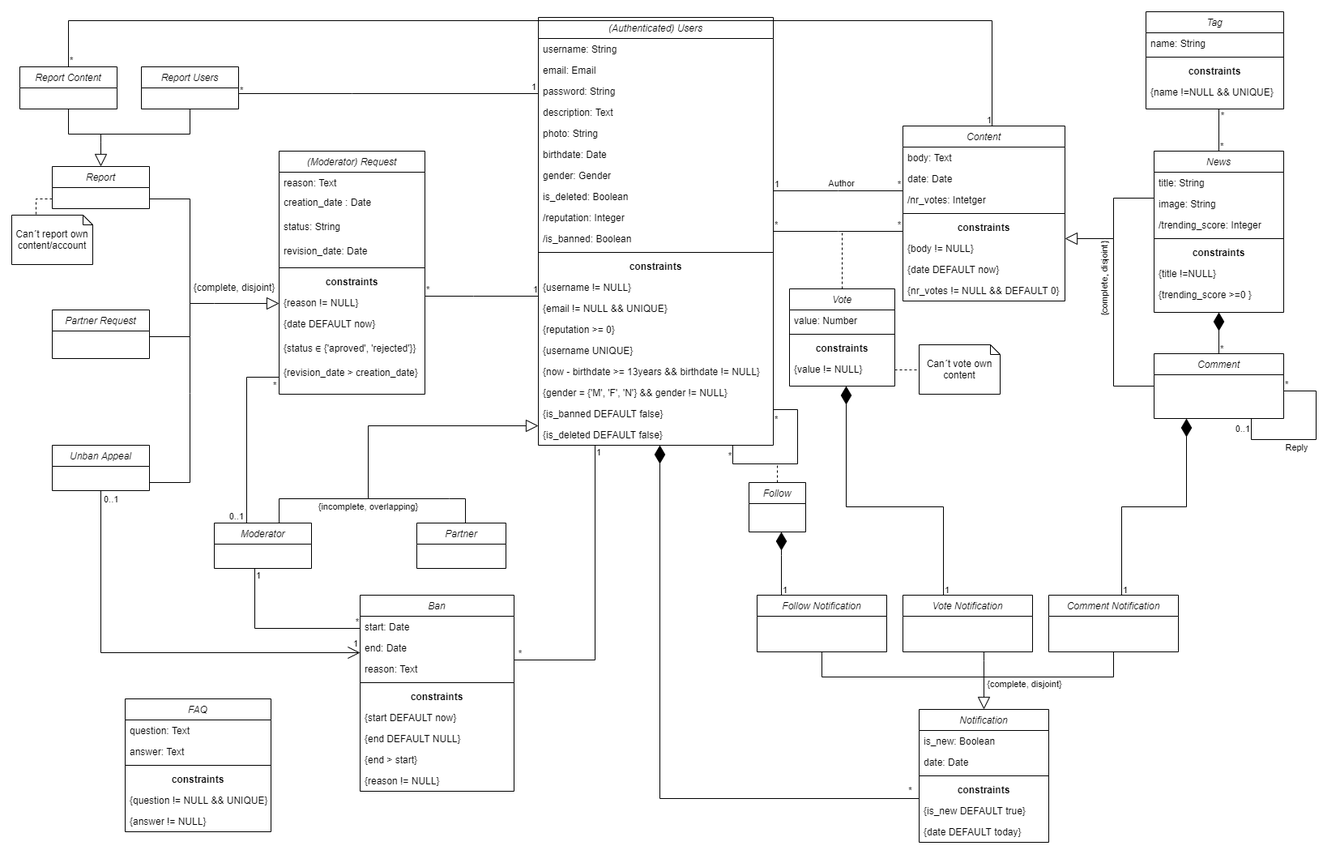
The draw.io diagram img/conceptualmodel.png in biam05/lbaw-feup, before a commit. Source tidied: cells renumbered, new cells last; positions are measured from the earlier drawing's top-left corner, leaving out a move shared by most shapes.
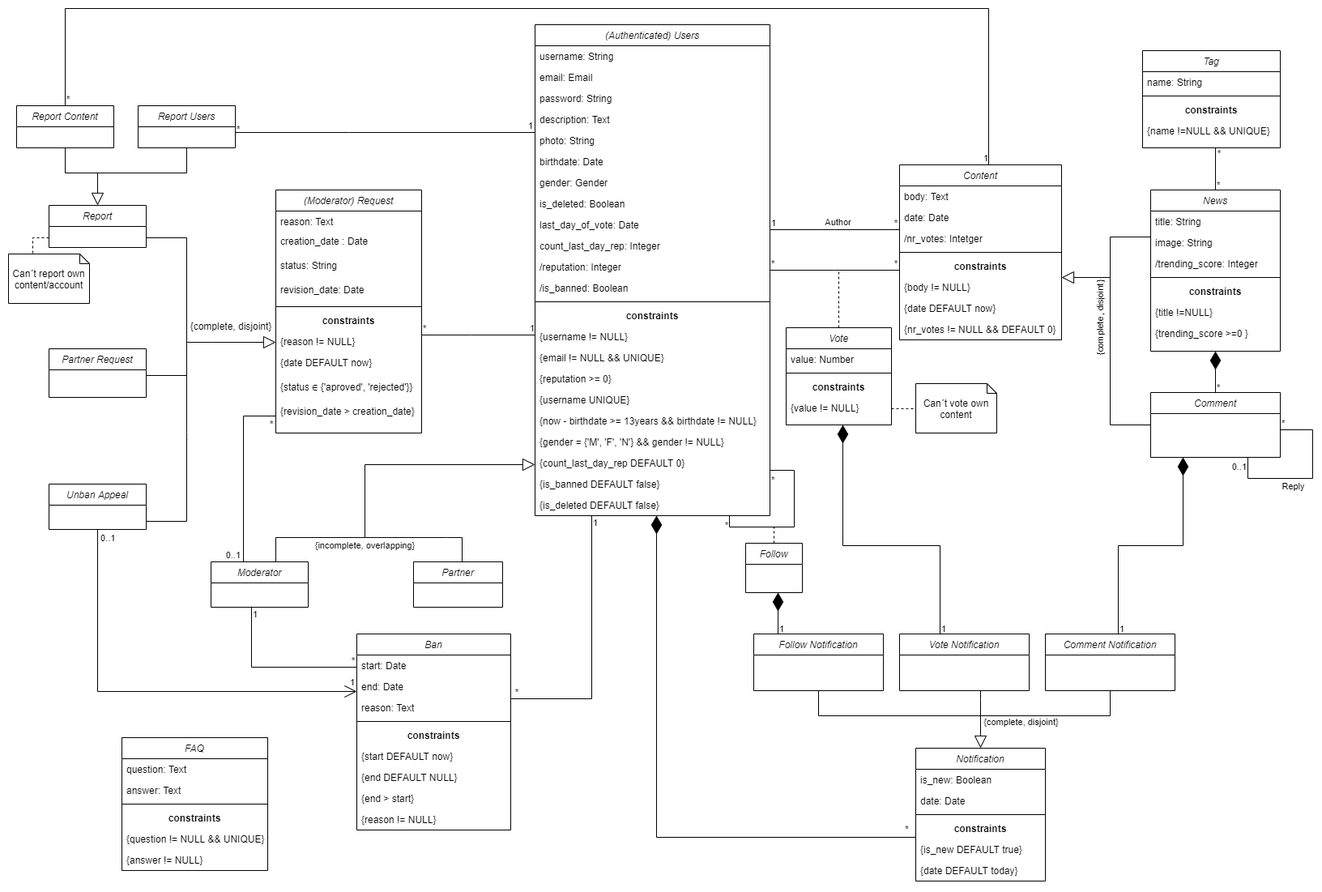
Above is the later version.

Commit message:
updated conceptual model image

What changed in the source:
```diff
@@ -3,7 +3,7 @@
     <mxCell id="0" />
     <mxCell id="1" parent="0" />
     <mxCell id="2" value="(Authenticated) Users" style="swimlane;fontStyle=2;align=center;verticalAlign=top;horizontal=1;startSize=26;rounded=0;shadow=0;strokeWidth=1;" parent="1" vertex="1">
-      <mxGeometry x="650" y="7" width="290" height="528" as="geometry" />
+      <mxGeometry x="650" y="-32" width="290" height="606" as="geometry" />
     </mxCell>
     <mxCell id="3" value="username: String" style="text;align=left;verticalAlign=top;spacingLeft=4;spacingRight=4;overflow=hidden;" parent="2" vertex="1">
       <mxGeometry y="26" width="290" height="26" as="geometry" />
@@ -29,41 +29,50 @@
     <mxCell id="10" value="is_deleted: Boolean" style="text;align=left;verticalAlign=top;spacingLeft=4;spacingRight=4;overflow=hidden;rounded=0;shadow=0;html=0;" parent="2" vertex="1">
       <mxGeometry y="208" width="290" height="26" as="geometry" />
     </mxCell>
+    <mxCell id="167" value="last_day_of_vote: Date" style="text;align=left;verticalAlign=top;spacingLeft=4;spacingRight=4;overflow=hidden;rounded=0;shadow=0;html=0;" parent="2" vertex="1">
+      <mxGeometry y="234" width="290" height="26" as="geometry" />
+    </mxCell>
+    <mxCell id="168" value="count_last_day_rep: Integer" style="text;align=left;verticalAlign=top;spacingLeft=4;spacingRight=4;overflow=hidden;rounded=0;shadow=0;html=0;" parent="2" vertex="1">
+      <mxGeometry y="260" width="290" height="26" as="geometry" />
+    </mxCell>
     <mxCell id="11" value="/reputation: Integer" style="text;align=left;verticalAlign=top;spacingLeft=4;spacingRight=4;overflow=hidden;rounded=0;shadow=0;html=0;" parent="2" vertex="1">
-      <mxGeometry y="234" width="290" height="26" as="geometry" />
+      <mxGeometry y="286" width="290" height="26" as="geometry" />
     </mxCell>
     <mxCell id="12" value="/is_banned: Boolean" style="text;align=left;verticalAlign=top;spacingLeft=4;spacingRight=4;overflow=hidden;rounded=0;shadow=0;html=0;" parent="2" vertex="1">
-      <mxGeometry y="260" width="290" height="26" as="geometry" />
+      <mxGeometry y="312" width="290" height="26" as="geometry" />
     </mxCell>
     <mxCell id="13" style="line;html=1;strokeWidth=1;align=left;verticalAlign=middle;spacingTop=-1;spacingLeft=3;spacingRight=3;labelPosition=right;" parent="2" vertex="1">
-      <mxGeometry y="286" width="290" height="8" as="geometry" />
+      <mxGeometry y="338" width="290" height="8" as="geometry" />
     </mxCell>
     <mxCell id="14" value="constraints" style="text;align=center;verticalAlign=top;spacingLeft=4;spacingRight=4;overflow=hidden;fontStyle=1;" parent="2" vertex="1">
-      <mxGeometry y="294" width="290" height="26" as="geometry" />
+      <mxGeometry y="346" width="290" height="26" as="geometry" />
     </mxCell>
     <mxCell id="15" value="{username != NULL}" style="text;align=left;verticalAlign=top;spacingLeft=4;spacingRight=4;overflow=hidden;fontStyle=0;" parent="2" vertex="1">
-      <mxGeometry y="320" width="290" height="26" as="geometry" />
+      <mxGeometry y="372" width="290" height="26" as="geometry" />
     </mxCell>
     <mxCell id="16" value="{email != NULL &amp;&amp; UNIQUE}" style="text;align=left;verticalAlign=top;spacingLeft=4;spacingRight=4;overflow=hidden;fontStyle=0;" parent="2" vertex="1">
-      <mxGeometry y="346" width="290" height="26" as="geometry" />
+      <mxGeometry y="398" width="290" height="26" as="geometry" />
     </mxCell>
     <mxCell id="17" value="{reputation &gt;= 0}" style="text;align=left;verticalAlign=top;spacingLeft=4;spacingRight=4;overflow=hidden;fontStyle=0;" parent="2" vertex="1">
-      <mxGeometry y="372" width="290" height="26" as="geometry" />
+      <mxGeometry y="424" width="290" height="26" as="geometry" />
     </mxCell>
     <mxCell id="18" value="{username UNIQUE}" style="text;align=left;verticalAlign=top;spacingLeft=4;spacingRight=4;overflow=hidden;fontStyle=0;" parent="2" vertex="1">
-      <mxGeometry y="398" width="290" height="26" as="geometry" />
+      <mxGeometry y="450" width="290" height="26" as="geometry" />
     </mxCell>
     <mxCell id="19" value="{now - birthdate &gt;= 13years &amp;&amp; birthdate != NULL}" style="text;align=left;verticalAlign=top;spacingLeft=4;spacingRight=4;overflow=hidden;fontStyle=0;" parent="2" vertex="1">
-      <mxGeometry y="424" width="290" height="26" as="geometry" />
+      <mxGeometry y="476" width="290" height="26" as="geometry" />
     </mxCell>
     <mxCell id="20" value="{gender = {'M', 'F', 'N'} &amp;&amp; gender != NULL}" style="text;align=left;verticalAlign=top;spacingLeft=4;spacingRight=4;overflow=hidden;fontStyle=0;" parent="2" vertex="1">
-      <mxGeometry y="450" width="290" height="26" as="geometry" />
+      <mxGeometry y="502" width="290" height="26" as="geometry" />
     </mxCell>
-    <mxCell id="21" value="{is_banned DEFAULT false}" style="text;align=left;verticalAlign=top;spacingLeft=4;spacingRight=4;overflow=hidden;fontStyle=0;" parent="2" vertex="1">
-      <mxGeometry y="476" width="290" height="26" as="geometry" />
+    <mxCell id="21" value="{count_last_day_rep DEFAULT 0}" style="text;align=left;verticalAlign=top;spacingLeft=4;spacingRight=4;overflow=hidden;fontStyle=0;" parent="2" vertex="1">
+      <mxGeometry y="528" width="290" height="26" as="geometry" />
     </mxCell>
+    <mxCell id="169" value="{is_banned DEFAULT false}" style="text;align=left;verticalAlign=top;spacingLeft=4;spacingRight=4;overflow=hidden;fontStyle=0;" parent="2" vertex="1">
+      <mxGeometry y="554" width="290" height="26" as="geometry" />
+    </mxCell>
     <mxCell id="22" value="{is_deleted DEFAULT false}" style="text;align=left;verticalAlign=top;spacingLeft=4;spacingRight=4;overflow=hidden;fontStyle=0;" parent="2" vertex="1">
-      <mxGeometry y="502" width="290" height="26" as="geometry" />
+      <mxGeometry y="580" width="290" height="26" as="geometry" />
     </mxCell>
     <mxCell id="23" value="Tag" style="swimlane;fontStyle=2;align=center;verticalAlign=top;horizontal=1;startSize=26;rounded=0;shadow=0;strokeWidth=1;" parent="1" vertex="1">
       <mxGeometry x="1400" width="170" height="120" as="geometry" />
@@ -429,7 +438,8 @@
     <mxCell id="114" style="endArrow=none;html=1;edgeStyle=orthogonalEdgeStyle;labelBackgroundColor=none;strokeColor=#000000;strokeWidth=1;rounded=0;" parent="1" edge="1" source="145" target="72">
       <mxGeometry x="-0.01" y="10" relative="1" as="geometry">
         <Array as="points">
-          <mxPoint x="1210" y="11" />
+          <mxPoint x="70" y="-52" />
+          <mxPoint x="1210" y="-52" />
         </Array>
       </mxGeometry>
     </mxCell>
@@ -711,9 +721,9 @@
     <mxCell id="162" style="endArrow=none;html=1;edgeStyle=orthogonalEdgeStyle;labelBackgroundColor=none;strokeColor=#000000;strokeWidth=1;rounded=0;" parent="1" edge="1" source="2" target="2">
       <mxGeometry x="0.31" y="-10" relative="1" as="geometry">
         <Array as="points">
-          <mxPoint x="970" y="491" />
-          <mxPoint x="970" y="558" />
-          <mxPoint x="890" y="558" />
+          <mxPoint x="970" y="518" />
+          <mxPoint x="970" y="588" />
+          <mxPoint x="890" y="588" />
         </Array>
       </mxGeometry>
     </mxCell>
@@ -728,11 +738,11 @@
       </mxGeometry>
     </mxCell>
     <mxCell id="165" value="Follow" style="swimlane;fontStyle=2;align=center;verticalAlign=top;horizontal=1;startSize=26;rounded=0;shadow=0;strokeWidth=1;" parent="1" vertex="1">
-      <mxGeometry x="910" y="581" width="70" height="61" as="geometry" />
+      <mxGeometry x="910" y="608" width="70" height="61" as="geometry" />
     </mxCell>
     <mxCell id="166" style="endArrow=none;dashed=1;html=1;strokeWidth=1;exitX=0.5;exitY=0;exitDx=0;exitDy=0;" parent="1" edge="1" source="165">
       <mxGeometry relative="1" as="geometry">
-        <mxPoint x="945" y="558" as="targetPoint" />
+        <mxPoint x="945" y="588" as="targetPoint" />
       </mxGeometry>
     </mxCell>
   </root>
```
